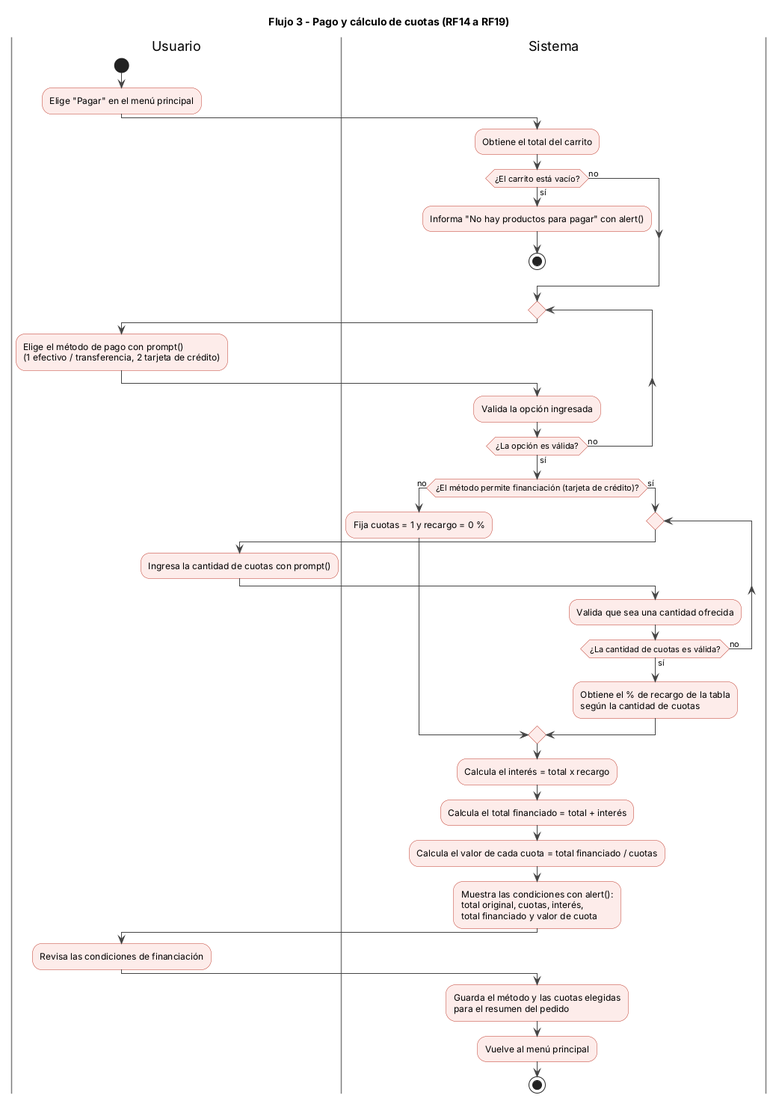
Earlier version of the PlantUML export docs/05-diagramas/01-diagrama-de-actividades/actividad-flujo-3-pago-cuotas.png (angelgc9107-lgtm/ProyectoFerreteria_GRP05). Source of this version:
```plantuml
@startuml actividad-flujo-3-pago-cuotas
title Flujo 3 - Pago y cálculo de cuotas (RF14 a RF19)
skinparam defaultFontName Arial
skinparam ArrowColor #444444
skinparam ActivityBackgroundColor #FDECEA
skinparam ActivityBorderColor #C0392B
skinparam SwimlaneBorderColor #7D7D7D

|Usuario|
start
:Elige "Pagar" en el menú principal;

|Sistema|
:Obtiene el total del carrito;
if (¿El carrito está vacío?) then (sí)
  :Informa "No hay productos para pagar" con alert();
  stop
else (no)
endif

repeat
  |Usuario|
  :Elige el método de pago con prompt()
  (1 efectivo / transferencia, 2 tarjeta de crédito);
  |Sistema|
  :Valida la opción ingresada;
repeat while (¿La opción es válida?) is (no) not (sí)

|Sistema|
if (¿El método permite financiación (tarjeta de crédito)?) then (no)
  :Fija cuotas = 1 y recargo = 0 %;
else (sí)
  repeat
    |Usuario|
    :Ingresa la cantidad de cuotas con prompt();
    |Sistema|
    :Valida que sea una cantidad ofrecida;
  repeat while (¿La cantidad de cuotas es válida?) is (no) not (sí)
  :Obtiene el % de recargo de la tabla\nsegún la cantidad de cuotas;
endif

|Sistema|
:Calcula el interés = total x recargo;
:Calcula el total financiado = total + interés;
:Calcula el valor de cada cuota = total financiado / cuotas;
:Muestra las condiciones con alert():\ntotal original, cuotas, interés,\ntotal financiado y valor de cuota;

|Usuario|
:Revisa las condiciones de financiación;

|Sistema|
:Guarda el método y las cuotas elegidas\npara el resumen del pedido;
:Vuelve al menú principal;
stop
@enduml
```
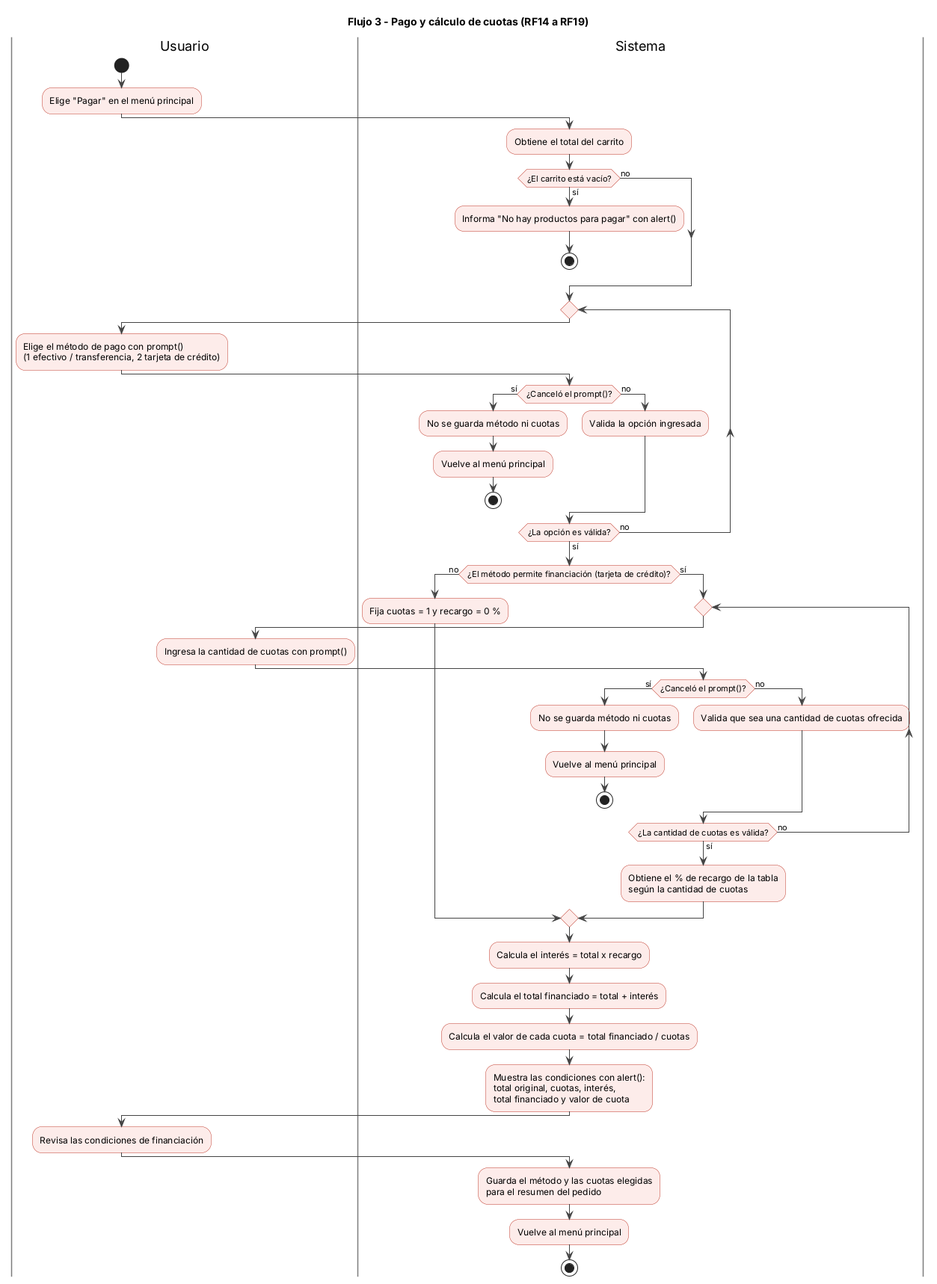
Above is the later version.

The edit, as a diff of the source:
```diff
@@ -23,7 +23,13 @@
   :Elige el método de pago con prompt()
   (1 efectivo / transferencia, 2 tarjeta de crédito);
   |Sistema|
-  :Valida la opción ingresada;
+  if (¿Canceló el prompt()?) then (sí)
+    :No se guarda método ni cuotas;
+    :Vuelve al menú principal;
+    stop
+  else (no)
+    :Valida la opción ingresada;
+  endif
 repeat while (¿La opción es válida?) is (no) not (sí)
 
 |Sistema|
@@ -34,7 +40,13 @@
     |Usuario|
     :Ingresa la cantidad de cuotas con prompt();
     |Sistema|
-    :Valida que sea una cantidad ofrecida;
+    if (¿Canceló el prompt()?) then (sí)
+      :No se guarda método ni cuotas;
+      :Vuelve al menú principal;
+      stop
+    else (no)
+      :Valida que sea una cantidad de cuotas ofrecida;
+    endif
   repeat while (¿La cantidad de cuotas es válida?) is (no) not (sí)
   :Obtiene el % de recargo de la tabla\nsegún la cantidad de cuotas;
 endif
```
